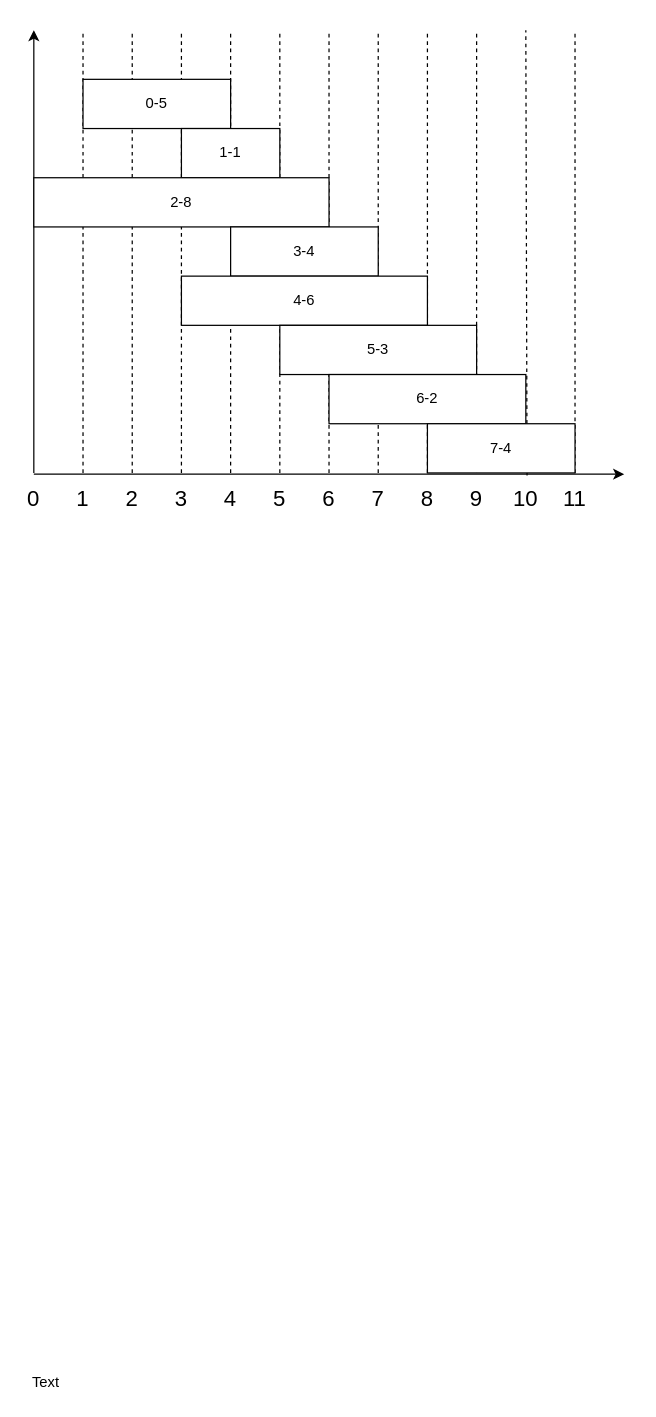
lanzhiwang/common_algorithm keeps this draw.io diagram as dynamic_programming/01.drawio. Above is the earlier version. Source tidied: cells renumbered, new cells numbered last; positions are measured from the earlier drawing's top-left corner, leaving out a move shared by most shapes. Both pictures are drawn from the tidied source at 123%, with x=0, y=0 at pixel (21, 30).
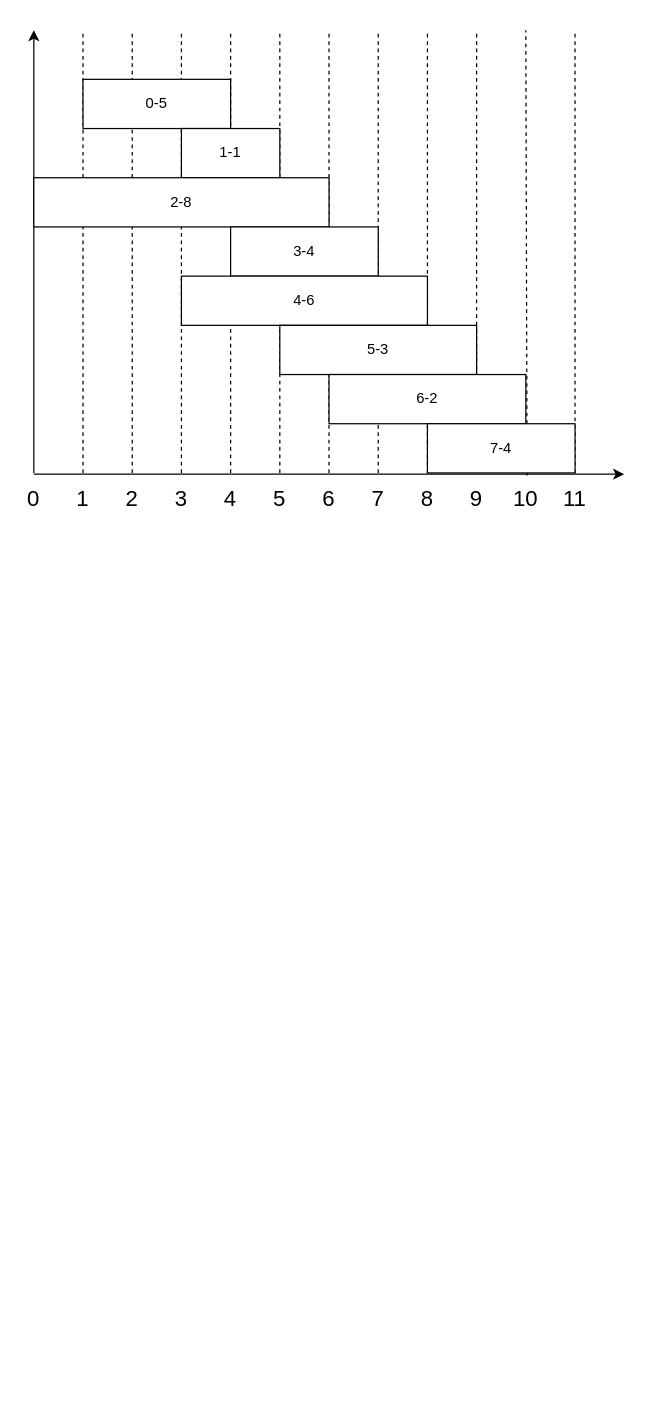
After the change.

The edit, as a diff of the source:
```diff
@@
-    <mxCell id="35" value="Text" style="text;html=1;strokeColor=none;fillColor=none;align=center;verticalAlign=middle;whiteSpace=wrap;rounded=0;" parent="1" vertex="1">
-      <mxGeometry y="1090" width="40" height="20" as="geometry" />
-    </mxCell>
```
